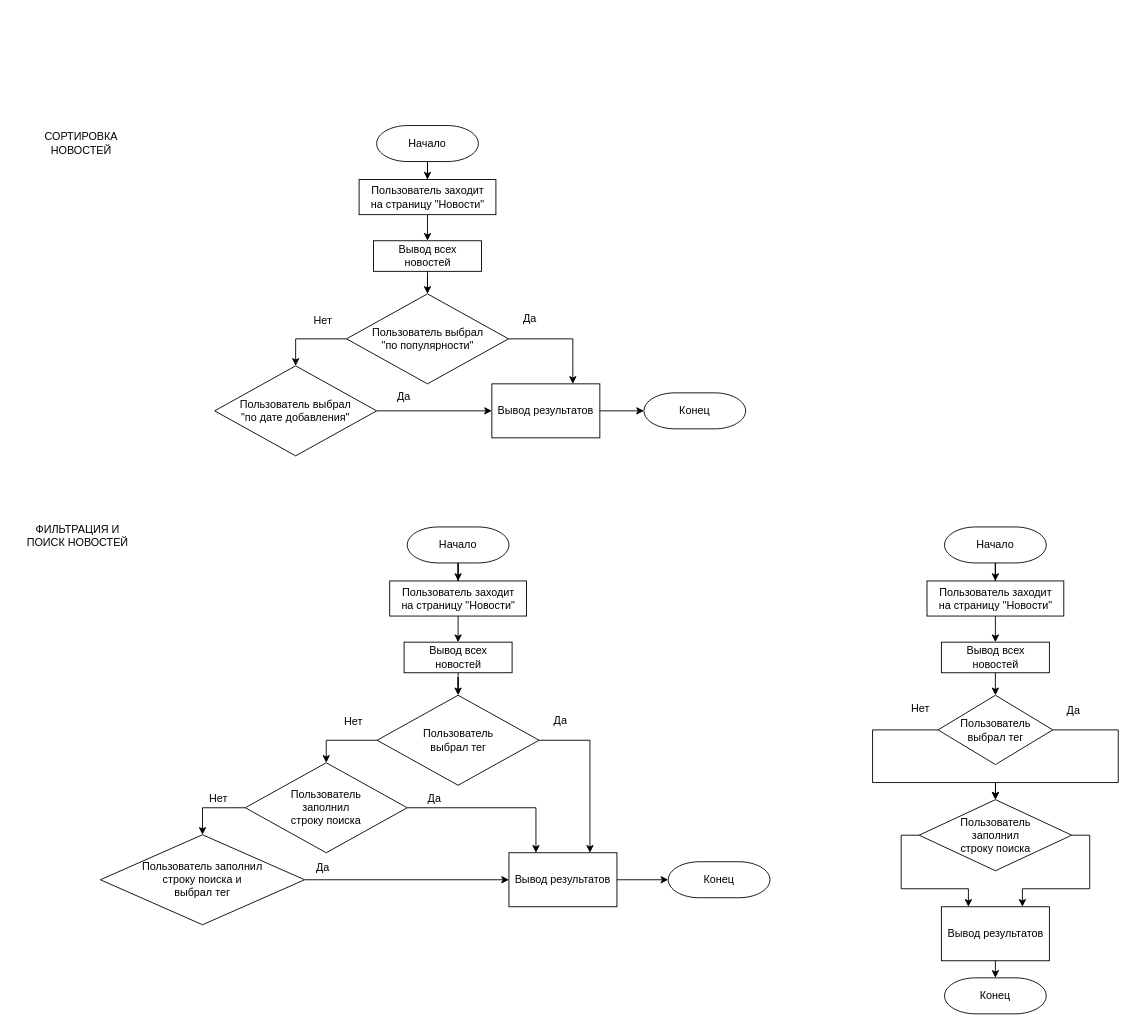
Above: page "Base 3.2" (16 of 17) of img/Диаграмма без названия.drawio in Discordiks/Pink_girls (draw.io), before the change. Source tidied: cells renumbered, new cells numbered last; positions are measured from the earlier drawing's top-left corner, leaving out a move shared by most shapes. Both pictures are drawn from the tidied source at 90%, with x=0, y=0 at pixel (22, 120).
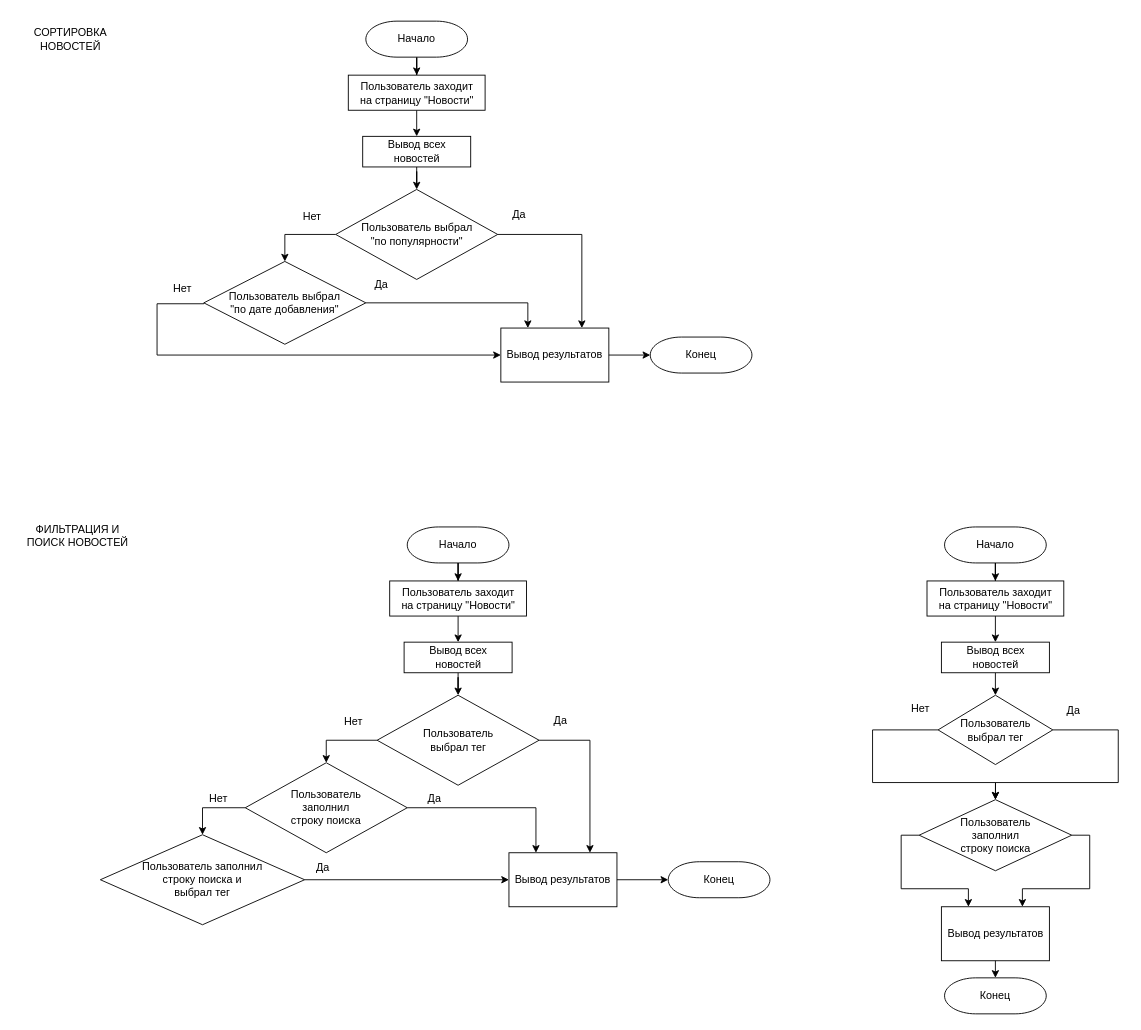
The same page after the edit.

What changed in the source:
```diff
@@
     <mxCell id="3" value="Начало" style="strokeWidth=1;html=1;shape=mxgraph.flowchart.terminator;whiteSpace=wrap;" parent="1" vertex="1">
-      <mxGeometry x="393" y="6" width="113" height="40" as="geometry" />
+      <mxGeometry x="381" y="-110" width="113" height="40" as="geometry" />
     </mxCell>
@@
     <mxCell id="5" value="&lt;div&gt;Пользователь заходит&lt;/div&gt;&lt;div&gt;на страницу &quot;Новости&quot;&lt;/div&gt;" style="rounded=0;whiteSpace=wrap;html=1;" parent="1" vertex="1">
-      <mxGeometry x="373.5" y="66" width="152" height="39" as="geometry" />
+      <mxGeometry x="361.5" y="-50" width="152" height="39" as="geometry" />
     </mxCell>
@@
     <mxCell id="7" value="Вывод всех новостей" style="rounded=0;whiteSpace=wrap;html=1;" parent="1" vertex="1">
-      <mxGeometry x="389.5" y="134" width="120" height="34" as="geometry" />
+      <mxGeometry x="377.5" y="18" width="120" height="34" as="geometry" />
     </mxCell>
@@
     <mxCell id="10" value="&lt;div&gt;Пользователь выбрал&lt;/div&gt;&lt;div&gt;&quot;по популярности&quot;&lt;/div&gt;" style="rhombus;whiteSpace=wrap;html=1;" parent="1" vertex="1">
-      <mxGeometry x="359.5" y="193" width="180" height="100" as="geometry" />
+      <mxGeometry x="347.5" y="77" width="180" height="100" as="geometry" />
     </mxCell>
-    <mxCell id="11" style="edgeStyle=orthogonalEdgeStyle;rounded=0;jettySize=auto;html=1;exitX=1;exitY=0.5;exitDx=0;exitDy=0;entryX=0;entryY=0.5;entryDx=0;entryDy=0;" parent="1" edge="1" source="12" target="13">
+    <mxCell id="11" style="edgeStyle=orthogonalEdgeStyle;rounded=0;jettySize=auto;html=1;exitX=1;exitY=0.5;exitDx=0;exitDy=0;entryX=0.25;entryY=0;entryDx=0;entryDy=0;" parent="1" edge="1" source="12" target="13">
       <mxGeometry relative="1" as="geometry" />
     </mxCell>
+    <mxCell id="60" style="edgeStyle=orthogonalEdgeStyle;rounded=0;jettySize=auto;html=1;entryX=0;entryY=0.5;entryDx=0;entryDy=0;exitX=0;exitY=0.5;exitDx=0;exitDy=0;" parent="1" edge="1" source="12" target="13">
+      <mxGeometry relative="1" as="geometry">
+        <Array as="points">
+          <mxPoint x="201" y="204" />
+          <mxPoint x="149" y="204" />
+          <mxPoint x="149" y="261" />
+        </Array>
+      </mxGeometry>
+    </mxCell>
     <mxCell id="12" value="&lt;div&gt;Пользователь выбрал&lt;/div&gt;&lt;div&gt;&quot;по дате добавления&quot;&lt;/div&gt;" style="rhombus;whiteSpace=wrap;html=1;" parent="1" vertex="1">
-      <mxGeometry x="213" y="273" width="180" height="100" as="geometry" />
+      <mxGeometry x="201" y="157" width="180" height="92" as="geometry" />
     </mxCell>
     <mxCell id="13" value="Вывод результатов" style="rounded=0;whiteSpace=wrap;html=1;" parent="1" vertex="1">
-      <mxGeometry x="521" y="293" width="120" height="60" as="geometry" />
+      <mxGeometry x="531" y="231" width="120" height="60" as="geometry" />
     </mxCell>
     <mxCell id="14" value="Нет" style="text;html=1;align=center;verticalAlign=middle;strokeColor=none;fillColor=none;" parent="1" vertex="1">
-      <mxGeometry x="313" y="208" width="40" height="30" as="geometry" />
+      <mxGeometry x="301" y="92" width="40" height="30" as="geometry" />
     </mxCell>
     <mxCell id="15" value="Конец" style="strokeWidth=1;html=1;shape=mxgraph.flowchart.terminator;whiteSpace=wrap;" parent="1" vertex="1">
-      <mxGeometry x="690" y="303" width="113" height="40" as="geometry" />
+      <mxGeometry x="697" y="241" width="113" height="40" as="geometry" />
     </mxCell>
@@
     <mxCell id="17" value="Да" style="text;html=1;align=center;verticalAlign=middle;strokeColor=none;fillColor=none;" parent="1" vertex="1">
-      <mxGeometry x="543" y="206" width="40" height="30" as="geometry" />
+      <mxGeometry x="531" y="90" width="40" height="30" as="geometry" />
     </mxCell>
     <mxCell id="18" value="Да" style="text;html=1;align=center;verticalAlign=middle;strokeColor=none;fillColor=none;" parent="1" vertex="1">
-      <mxGeometry x="403" y="293" width="40" height="30" as="geometry" />
+      <mxGeometry x="377.5" y="168" width="40" height="30" as="geometry" />
     </mxCell>
     <mxCell id="19" value="СОРТИРОВКА НОВОСТЕЙ" style="text;html=1;align=center;verticalAlign=middle;whiteSpace=wrap;rounded=0;" parent="1" vertex="1">
-      <mxGeometry x="4" width="122" height="52" as="geometry" />
+      <mxGeometry x="-8" y="-116" width="122" height="52" as="geometry" />
     </mxCell>
@@
+    <mxCell id="61" value="Нет" style="text;html=1;align=center;verticalAlign=middle;strokeColor=none;fillColor=none;" parent="1" vertex="1">
+      <mxGeometry x="157" y="172" width="40" height="30" as="geometry" />
+    </mxCell>
```
